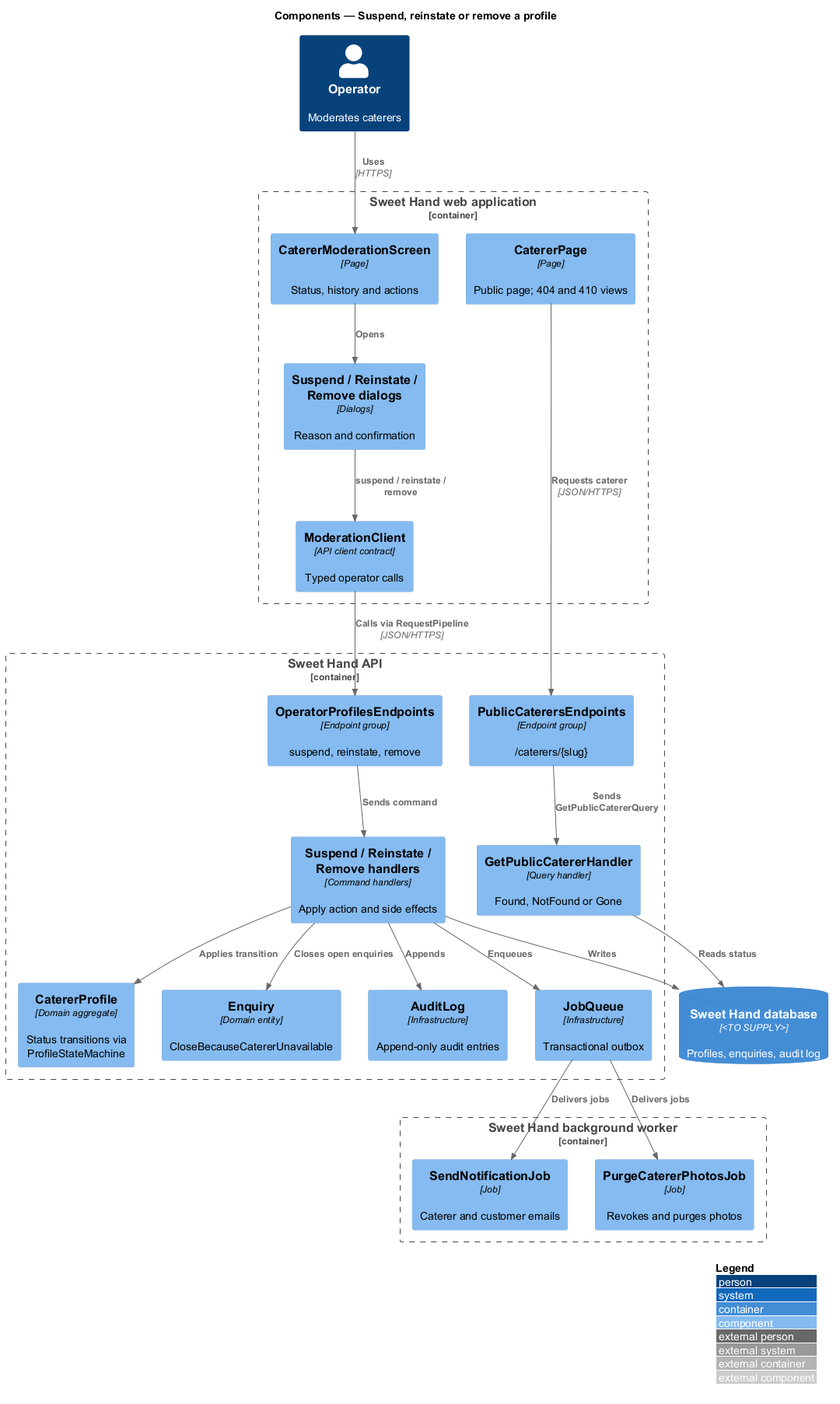
Before: docs/detailed-designs/moderation/suspend-reinstate-remove-profile/diagrams/c4-component.png, a diagram exported from PlantUML (QuinntyneBrown/sweet-hand).
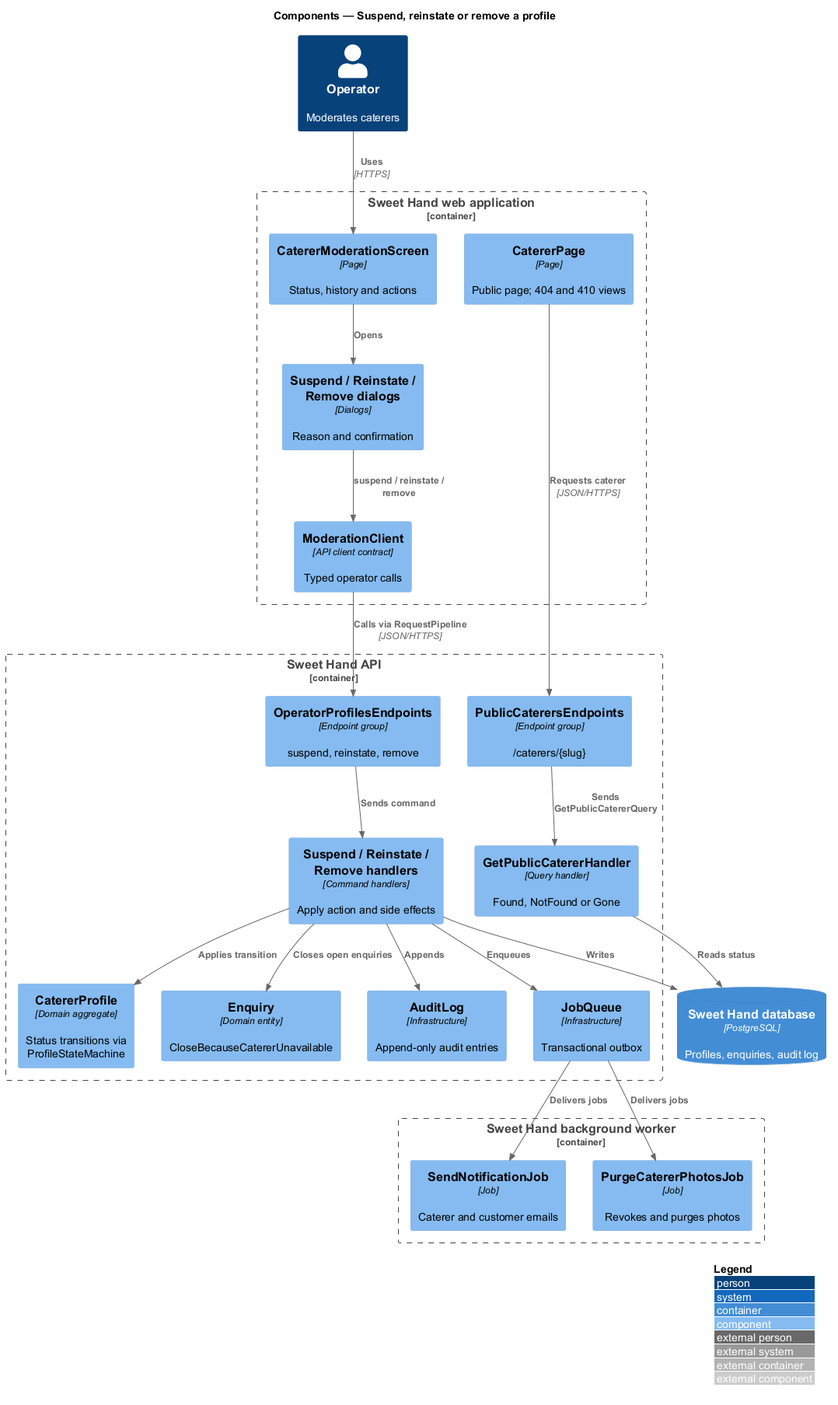
After the commit.

The edit, as a diff of the source:
```diff
@@ -24,7 +24,7 @@
   Component(notify, "SendNotificationJob", "Job", "Caterer and customer emails")
   Component(purge, "PurgeCatererPhotosJob", "Job", "Revokes and purges photos")
 }
-ContainerDb(db, "Sweet Hand database", "<TO SUPPLY>", "Profiles, enquiries, audit log")
+ContainerDb(db, "Sweet Hand database", "PostgreSQL", "Profiles, enquiries, audit log")
 
 Rel(operator, screen, "Uses", "HTTPS")
 Rel(screen, dialogs, "Opens")
```
